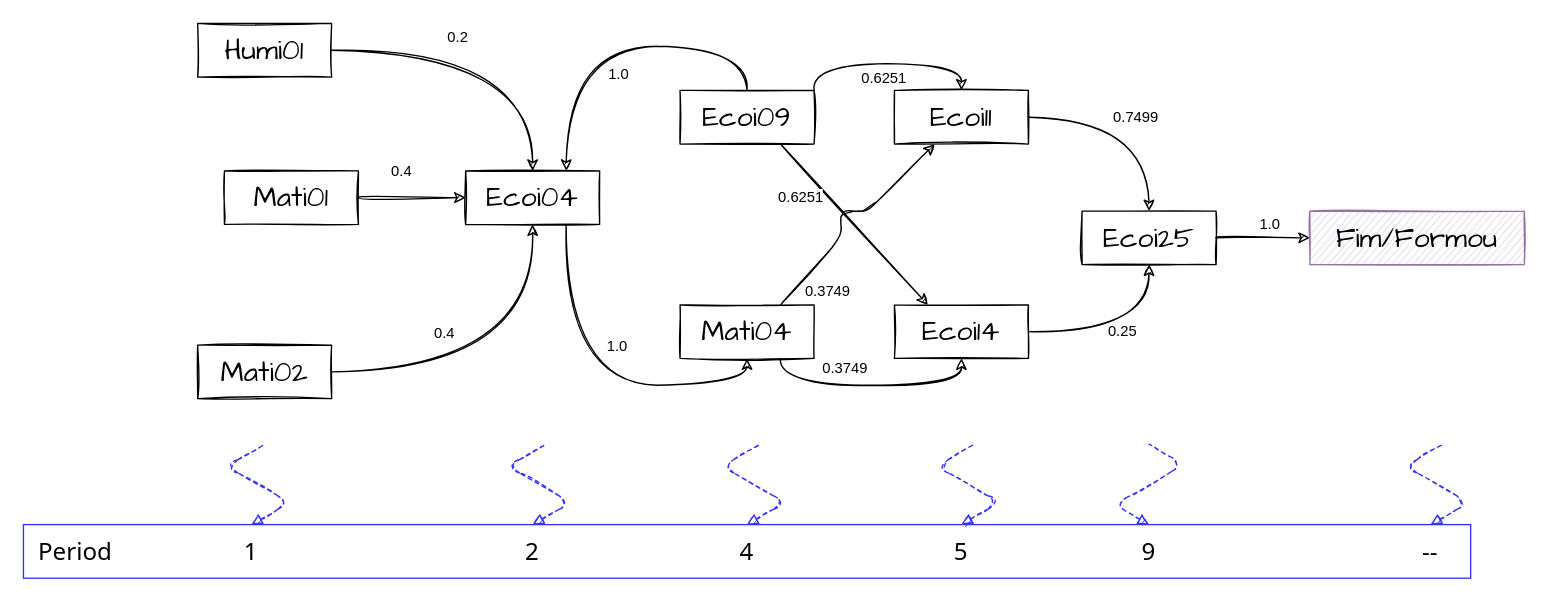
Earlier version of the draw.io diagram assets/fluxograms/grafo-desenvolvimento-web.drawio (ppcamp/sigaa-scraping-analysis). Source tidied: cells renumbered, new cells numbered last; positions are measured from the earlier drawing's top-left corner, leaving out a move shared by most shapes. Both pictures are drawn from the tidied source at 134%, with x=0, y=0 at pixel (23, 23).
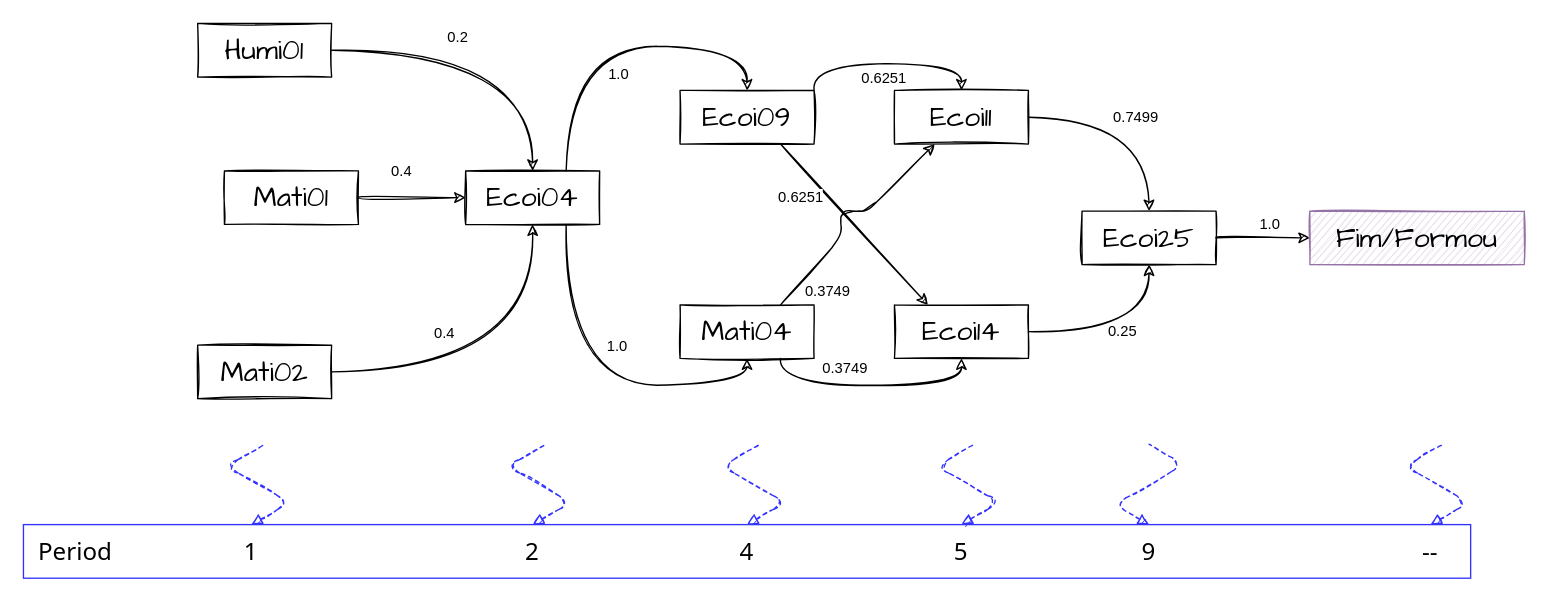
The same page after the edit.

Unchanged cells that the change refers to:
```xml
<mxCell id="10" value="&lt;font face=&quot;Architects Daughter&quot; style=&quot;font-size: 21px&quot;&gt;Ecoi04&lt;/font&gt;" style="text;html=1;fillColor=none;align=center;verticalAlign=middle;whiteSpace=wrap;rounded=0;strokeColor=#000000;sketch=1;" parent="1" vertex="1">
  <mxGeometry x="330" y="110" width="100" height="40" as="geometry" />
</mxCell>
<mxCell id="17" value="&lt;font face=&quot;Architects Daughter&quot; style=&quot;font-size: 21px&quot;&gt;Ecoi09&lt;/font&gt;" style="text;html=1;fillColor=none;align=center;verticalAlign=middle;whiteSpace=wrap;rounded=0;strokeColor=#000000;sketch=1;" parent="1" vertex="1">
  <mxGeometry x="490" y="50" width="100" height="40" as="geometry" />
</mxCell>
```

What changed in the source:
```diff
@@
-    <mxCell id="6" style="edgeStyle=orthogonalEdgeStyle;curved=1;rounded=0;sketch=1;jettySize=auto;html=1;exitX=0.5;exitY=0;exitDx=0;exitDy=0;entryX=0.75;entryY=0;entryDx=0;entryDy=0;" parent="1" edge="1" source="17" target="10">
+    <mxCell id="6" style="edgeStyle=orthogonalEdgeStyle;curved=1;rounded=0;sketch=1;jettySize=auto;html=1;exitX=0.5;exitY=0;exitDx=0;exitDy=0;entryX=0.75;entryY=0;entryDx=0;entryDy=0;endArrow=none;endFill=0;startArrow=classic;startFill=1;" parent="1" edge="1" source="17" target="10">
       <mxGeometry relative="1" as="geometry">
         <Array as="points">
           <mxPoint x="540" y="17" />
           <mxPoint x="405" y="17" />
         </Array>
       </mxGeometry>
     </mxCell>
```
